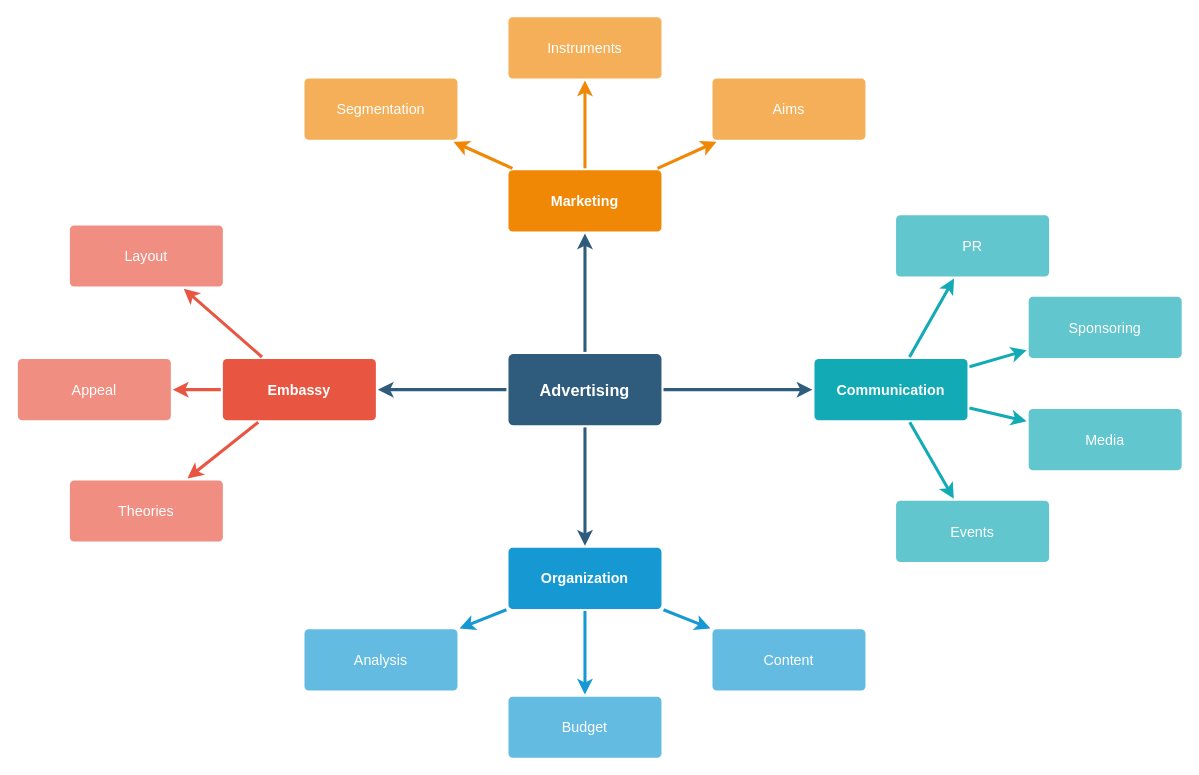
Above: Untitled Diagram.drawio in mbuzas/mbuzas (draw.io), before the change. Source tidied: cells renumbered, new cells numbered last; positions are measured from the earlier drawing's top-left corner, leaving out a move shared by most shapes. Both pictures are drawn from the tidied source at 102%, with x=0, y=0 at pixel (17, 16).
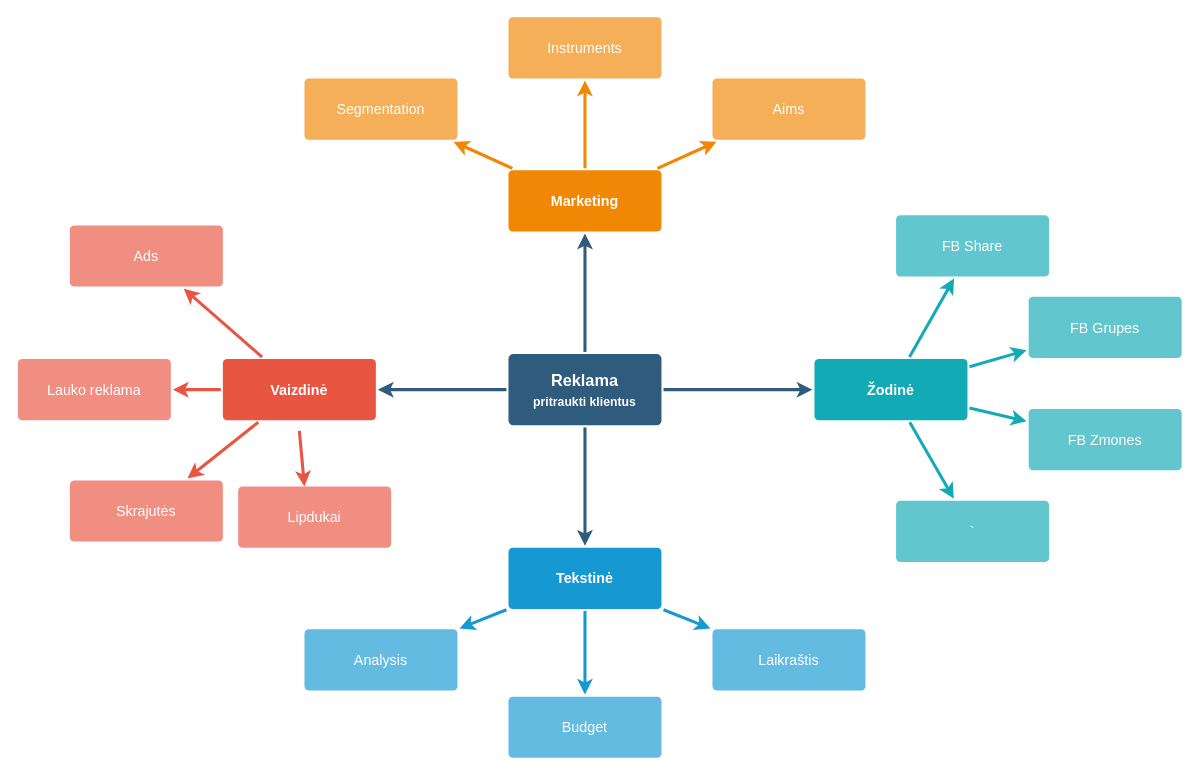
The same diagram, later.

Diff of the diagram source:
```diff
@@
-    <mxCell id="6" value="Advertising" style="rounded=1;whiteSpace=wrap;html=1;shadow=0;labelBackgroundColor=none;strokeColor=none;strokeWidth=3;fillColor=#2F5B7C;fontFamily=Helvetica;fontSize=16;fontColor=#FFFFFF;align=center;fontStyle=1;spacing=5;arcSize=7;perimeterSpacing=2;" parent="1" vertex="1">
+    <mxCell id="6" value="Reklama&lt;br&gt;&lt;font style=&quot;font-size: 12px;&quot;&gt;pritraukti klientus&lt;/font&gt;" style="rounded=1;whiteSpace=wrap;html=1;shadow=0;labelBackgroundColor=none;strokeColor=none;strokeWidth=3;fillColor=#2F5B7C;fontFamily=Helvetica;fontSize=16;fontColor=#FFFFFF;align=center;fontStyle=1;spacing=5;arcSize=7;perimeterSpacing=2;" parent="1" vertex="1">
       <mxGeometry x="481" y="330.5" width="150" height="70" as="geometry" />
     </mxCell>
@@
-    <mxCell id="10" value="Embassy" style="rounded=1;whiteSpace=wrap;html=1;shadow=0;labelBackgroundColor=none;strokeColor=none;strokeWidth=3;fillColor=#e85642;fontFamily=Helvetica;fontSize=14;fontColor=#FFFFFF;align=center;spacing=5;fontStyle=1;arcSize=7;perimeterSpacing=2;" parent="1" vertex="1">
+    <mxCell id="10" value="Vaizdinė" style="rounded=1;whiteSpace=wrap;html=1;shadow=0;labelBackgroundColor=none;strokeColor=none;strokeWidth=3;fillColor=#e85642;fontFamily=Helvetica;fontSize=14;fontColor=#FFFFFF;align=center;spacing=5;fontStyle=1;arcSize=7;perimeterSpacing=2;" parent="1" vertex="1">
       <mxGeometry x="201" y="335.5" width="150" height="60" as="geometry" />
     </mxCell>
-    <mxCell id="11" value="Theories" style="rounded=1;whiteSpace=wrap;html=1;shadow=0;labelBackgroundColor=none;strokeColor=none;strokeWidth=3;fillColor=#f08e81;fontFamily=Helvetica;fontSize=14;fontColor=#FFFFFF;align=center;spacing=5;fontStyle=0;arcSize=7;perimeterSpacing=2;" parent="1" vertex="1">
+    <mxCell id="11" value="Skrajutės" style="rounded=1;whiteSpace=wrap;html=1;shadow=0;labelBackgroundColor=none;strokeColor=none;strokeWidth=3;fillColor=#f08e81;fontFamily=Helvetica;fontSize=14;fontColor=#FFFFFF;align=center;spacing=5;fontStyle=0;arcSize=7;perimeterSpacing=2;" parent="1" vertex="1">
       <mxGeometry x="51" y="454.5" width="150" height="60" as="geometry" />
     </mxCell>
-    <mxCell id="12" value="Appeal" style="rounded=1;whiteSpace=wrap;html=1;shadow=0;labelBackgroundColor=none;strokeColor=none;strokeWidth=3;fillColor=#f08e81;fontFamily=Helvetica;fontSize=14;fontColor=#FFFFFF;align=center;spacing=5;fontStyle=0;arcSize=7;perimeterSpacing=2;" parent="1" vertex="1">
+    <mxCell id="12" value="Lauko reklama" style="rounded=1;whiteSpace=wrap;html=1;shadow=0;labelBackgroundColor=none;strokeColor=none;strokeWidth=3;fillColor=#f08e81;fontFamily=Helvetica;fontSize=14;fontColor=#FFFFFF;align=center;spacing=5;fontStyle=0;arcSize=7;perimeterSpacing=2;" parent="1" vertex="1">
       <mxGeometry y="335.5" width="150" height="60" as="geometry" />
     </mxCell>
-    <mxCell id="13" value="Layout" style="rounded=1;whiteSpace=wrap;html=1;shadow=0;labelBackgroundColor=none;strokeColor=none;strokeWidth=3;fillColor=#f08e81;fontFamily=Helvetica;fontSize=14;fontColor=#FFFFFF;align=center;spacing=5;fontStyle=0;arcSize=7;perimeterSpacing=2;" parent="1" vertex="1">
+    <mxCell id="13" value="Ads" style="rounded=1;whiteSpace=wrap;html=1;shadow=0;labelBackgroundColor=none;strokeColor=none;strokeWidth=3;fillColor=#f08e81;fontFamily=Helvetica;fontSize=14;fontColor=#FFFFFF;align=center;spacing=5;fontStyle=0;arcSize=7;perimeterSpacing=2;" parent="1" vertex="1">
       <mxGeometry x="51" y="204.5" width="150" height="60" as="geometry" />
     </mxCell>
@@
-    <mxCell id="17" value="Organization" style="rounded=1;whiteSpace=wrap;html=1;shadow=0;labelBackgroundColor=none;strokeColor=none;strokeWidth=3;fillColor=#1699d3;fontFamily=Helvetica;fontSize=14;fontColor=#FFFFFF;align=center;spacing=5;fontStyle=1;arcSize=7;perimeterSpacing=2;" parent="1" vertex="1">
+    <mxCell id="17" value="Tekstinė" style="rounded=1;whiteSpace=wrap;html=1;shadow=0;labelBackgroundColor=none;strokeColor=none;strokeWidth=3;fillColor=#1699d3;fontFamily=Helvetica;fontSize=14;fontColor=#FFFFFF;align=center;spacing=5;fontStyle=1;arcSize=7;perimeterSpacing=2;" parent="1" vertex="1">
       <mxGeometry x="481" y="520.5" width="150" height="60" as="geometry" />
     </mxCell>
-    <mxCell id="18" value="Content" style="rounded=1;whiteSpace=wrap;html=1;shadow=0;labelBackgroundColor=none;strokeColor=none;strokeWidth=3;fillColor=#64bbe2;fontFamily=Helvetica;fontSize=14;fontColor=#FFFFFF;align=center;spacing=5;arcSize=7;perimeterSpacing=2;" parent="1" vertex="1">
+    <mxCell id="18" value="Laikraštis" style="rounded=1;whiteSpace=wrap;html=1;shadow=0;labelBackgroundColor=none;strokeColor=none;strokeWidth=3;fillColor=#64bbe2;fontFamily=Helvetica;fontSize=14;fontColor=#FFFFFF;align=center;spacing=5;arcSize=7;perimeterSpacing=2;" parent="1" vertex="1">
       <mxGeometry x="681" y="600.5" width="150" height="60" as="geometry" />
     </mxCell>
@@
-    <mxCell id="28" value="Communication" style="rounded=1;whiteSpace=wrap;html=1;shadow=0;labelBackgroundColor=none;strokeColor=none;strokeWidth=3;fillColor=#12aab5;fontFamily=Helvetica;fontSize=14;fontColor=#FFFFFF;align=center;spacing=5;fontStyle=1;arcSize=7;perimeterSpacing=2;" parent="1" vertex="1">
+    <mxCell id="28" value="Žodinė" style="rounded=1;whiteSpace=wrap;html=1;shadow=0;labelBackgroundColor=none;strokeColor=none;strokeWidth=3;fillColor=#12aab5;fontFamily=Helvetica;fontSize=14;fontColor=#FFFFFF;align=center;spacing=5;fontStyle=1;arcSize=7;perimeterSpacing=2;" parent="1" vertex="1">
       <mxGeometry x="781" y="335.5" width="150" height="60" as="geometry" />
     </mxCell>
-    <mxCell id="29" value="Events" style="rounded=1;whiteSpace=wrap;html=1;shadow=0;labelBackgroundColor=none;strokeColor=none;strokeWidth=3;fillColor=#61c6ce;fontFamily=Helvetica;fontSize=14;fontColor=#FFFFFF;align=center;spacing=5;fontStyle=0;arcSize=7;perimeterSpacing=2;" parent="1" vertex="1">
+    <mxCell id="29" value="`" style="rounded=1;whiteSpace=wrap;html=1;shadow=0;labelBackgroundColor=none;strokeColor=none;strokeWidth=3;fillColor=#61c6ce;fontFamily=Helvetica;fontSize=14;fontColor=#FFFFFF;align=center;spacing=5;fontStyle=0;arcSize=7;perimeterSpacing=2;" parent="1" vertex="1">
       <mxGeometry x="861" y="474.5" width="150" height="60" as="geometry" />
     </mxCell>
@@
-    <mxCell id="31" value="Media" style="rounded=1;whiteSpace=wrap;html=1;shadow=0;labelBackgroundColor=none;strokeColor=none;strokeWidth=3;fillColor=#61c6ce;fontFamily=Helvetica;fontSize=14;fontColor=#FFFFFF;align=center;spacing=5;fontStyle=0;arcSize=7;perimeterSpacing=2;" parent="1" vertex="1">
+    <mxCell id="31" value="FB Zmones" style="rounded=1;whiteSpace=wrap;html=1;shadow=0;labelBackgroundColor=none;strokeColor=none;strokeWidth=3;fillColor=#61c6ce;fontFamily=Helvetica;fontSize=14;fontColor=#FFFFFF;align=center;spacing=5;fontStyle=0;arcSize=7;perimeterSpacing=2;" parent="1" vertex="1">
       <mxGeometry x="991" y="384.5" width="150" height="60" as="geometry" />
     </mxCell>
@@
-    <mxCell id="33" value="Sponsoring" style="rounded=1;whiteSpace=wrap;html=1;shadow=0;labelBackgroundColor=none;strokeColor=none;strokeWidth=3;fillColor=#61c6ce;fontFamily=Helvetica;fontSize=14;fontColor=#FFFFFF;align=center;spacing=5;fontStyle=0;arcSize=7;perimeterSpacing=2;" parent="1" vertex="1">
+    <mxCell id="33" value="FB Grupes" style="rounded=1;whiteSpace=wrap;html=1;shadow=0;labelBackgroundColor=none;strokeColor=none;strokeWidth=3;fillColor=#61c6ce;fontFamily=Helvetica;fontSize=14;fontColor=#FFFFFF;align=center;spacing=5;fontStyle=0;arcSize=7;perimeterSpacing=2;" parent="1" vertex="1">
       <mxGeometry x="991" y="274.5" width="150" height="60" as="geometry" />
     </mxCell>
@@
-    <mxCell id="35" value="PR" style="rounded=1;whiteSpace=wrap;html=1;shadow=0;labelBackgroundColor=none;strokeColor=none;strokeWidth=3;fillColor=#61c6ce;fontFamily=Helvetica;fontSize=14;fontColor=#FFFFFF;align=center;spacing=5;fontStyle=0;arcSize=7;perimeterSpacing=2;" parent="1" vertex="1">
+    <mxCell id="35" value="FB Share" style="rounded=1;whiteSpace=wrap;html=1;shadow=0;labelBackgroundColor=none;strokeColor=none;strokeWidth=3;fillColor=#61c6ce;fontFamily=Helvetica;fontSize=14;fontColor=#FFFFFF;align=center;spacing=5;fontStyle=0;arcSize=7;perimeterSpacing=2;" parent="1" vertex="1">
       <mxGeometry x="861" y="194.5" width="150" height="60" as="geometry" />
     </mxCell>
@@
+    <mxCell id="37" value="Lipdukai" style="rounded=1;whiteSpace=wrap;html=1;shadow=0;labelBackgroundColor=none;strokeColor=none;strokeWidth=3;fillColor=#f08e81;fontFamily=Helvetica;fontSize=14;fontColor=#FFFFFF;align=center;spacing=5;fontStyle=0;arcSize=7;perimeterSpacing=2;" parent="1" vertex="1">
+      <mxGeometry x="216" y="460.5" width="150" height="60" as="geometry" />
+    </mxCell>
+    <mxCell id="38" style="edgeStyle=none;rounded=1;jumpStyle=none;html=1;shadow=0;labelBackgroundColor=none;startArrow=none;startFill=0;jettySize=auto;orthogonalLoop=1;strokeColor=#E85642;strokeWidth=3;fontFamily=Helvetica;fontSize=14;fontColor=#FFFFFF;spacing=5;fontStyle=1;fillColor=#b0e3e6;" parent="1" edge="1">
+      <mxGeometry relative="1" as="geometry">
+        <mxPoint x="276" y="406" as="sourcePoint" />
+        <mxPoint x="281" y="460.5" as="targetPoint" />
+      </mxGeometry>
+    </mxCell>
```
